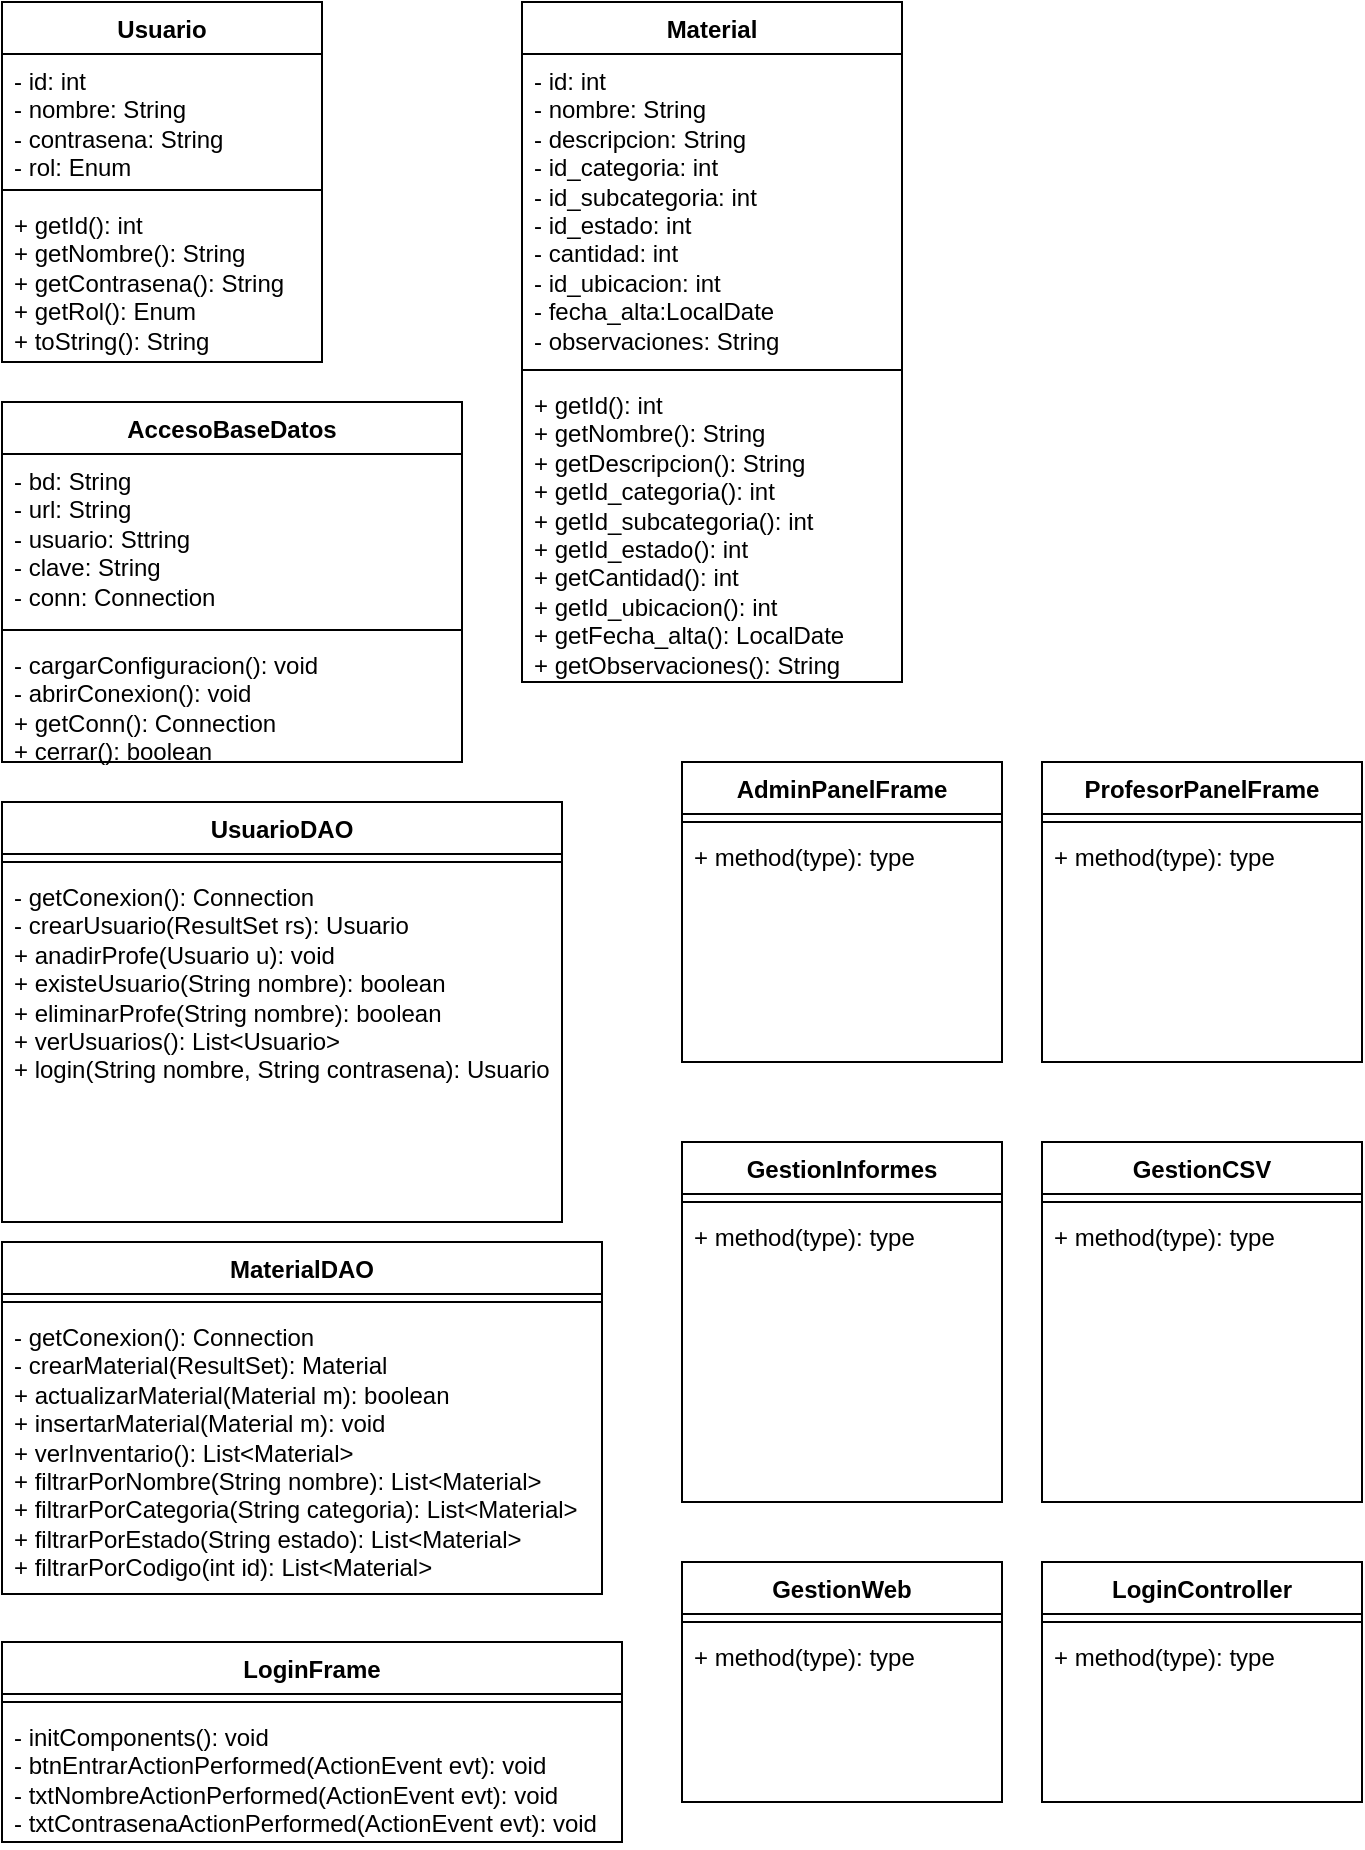
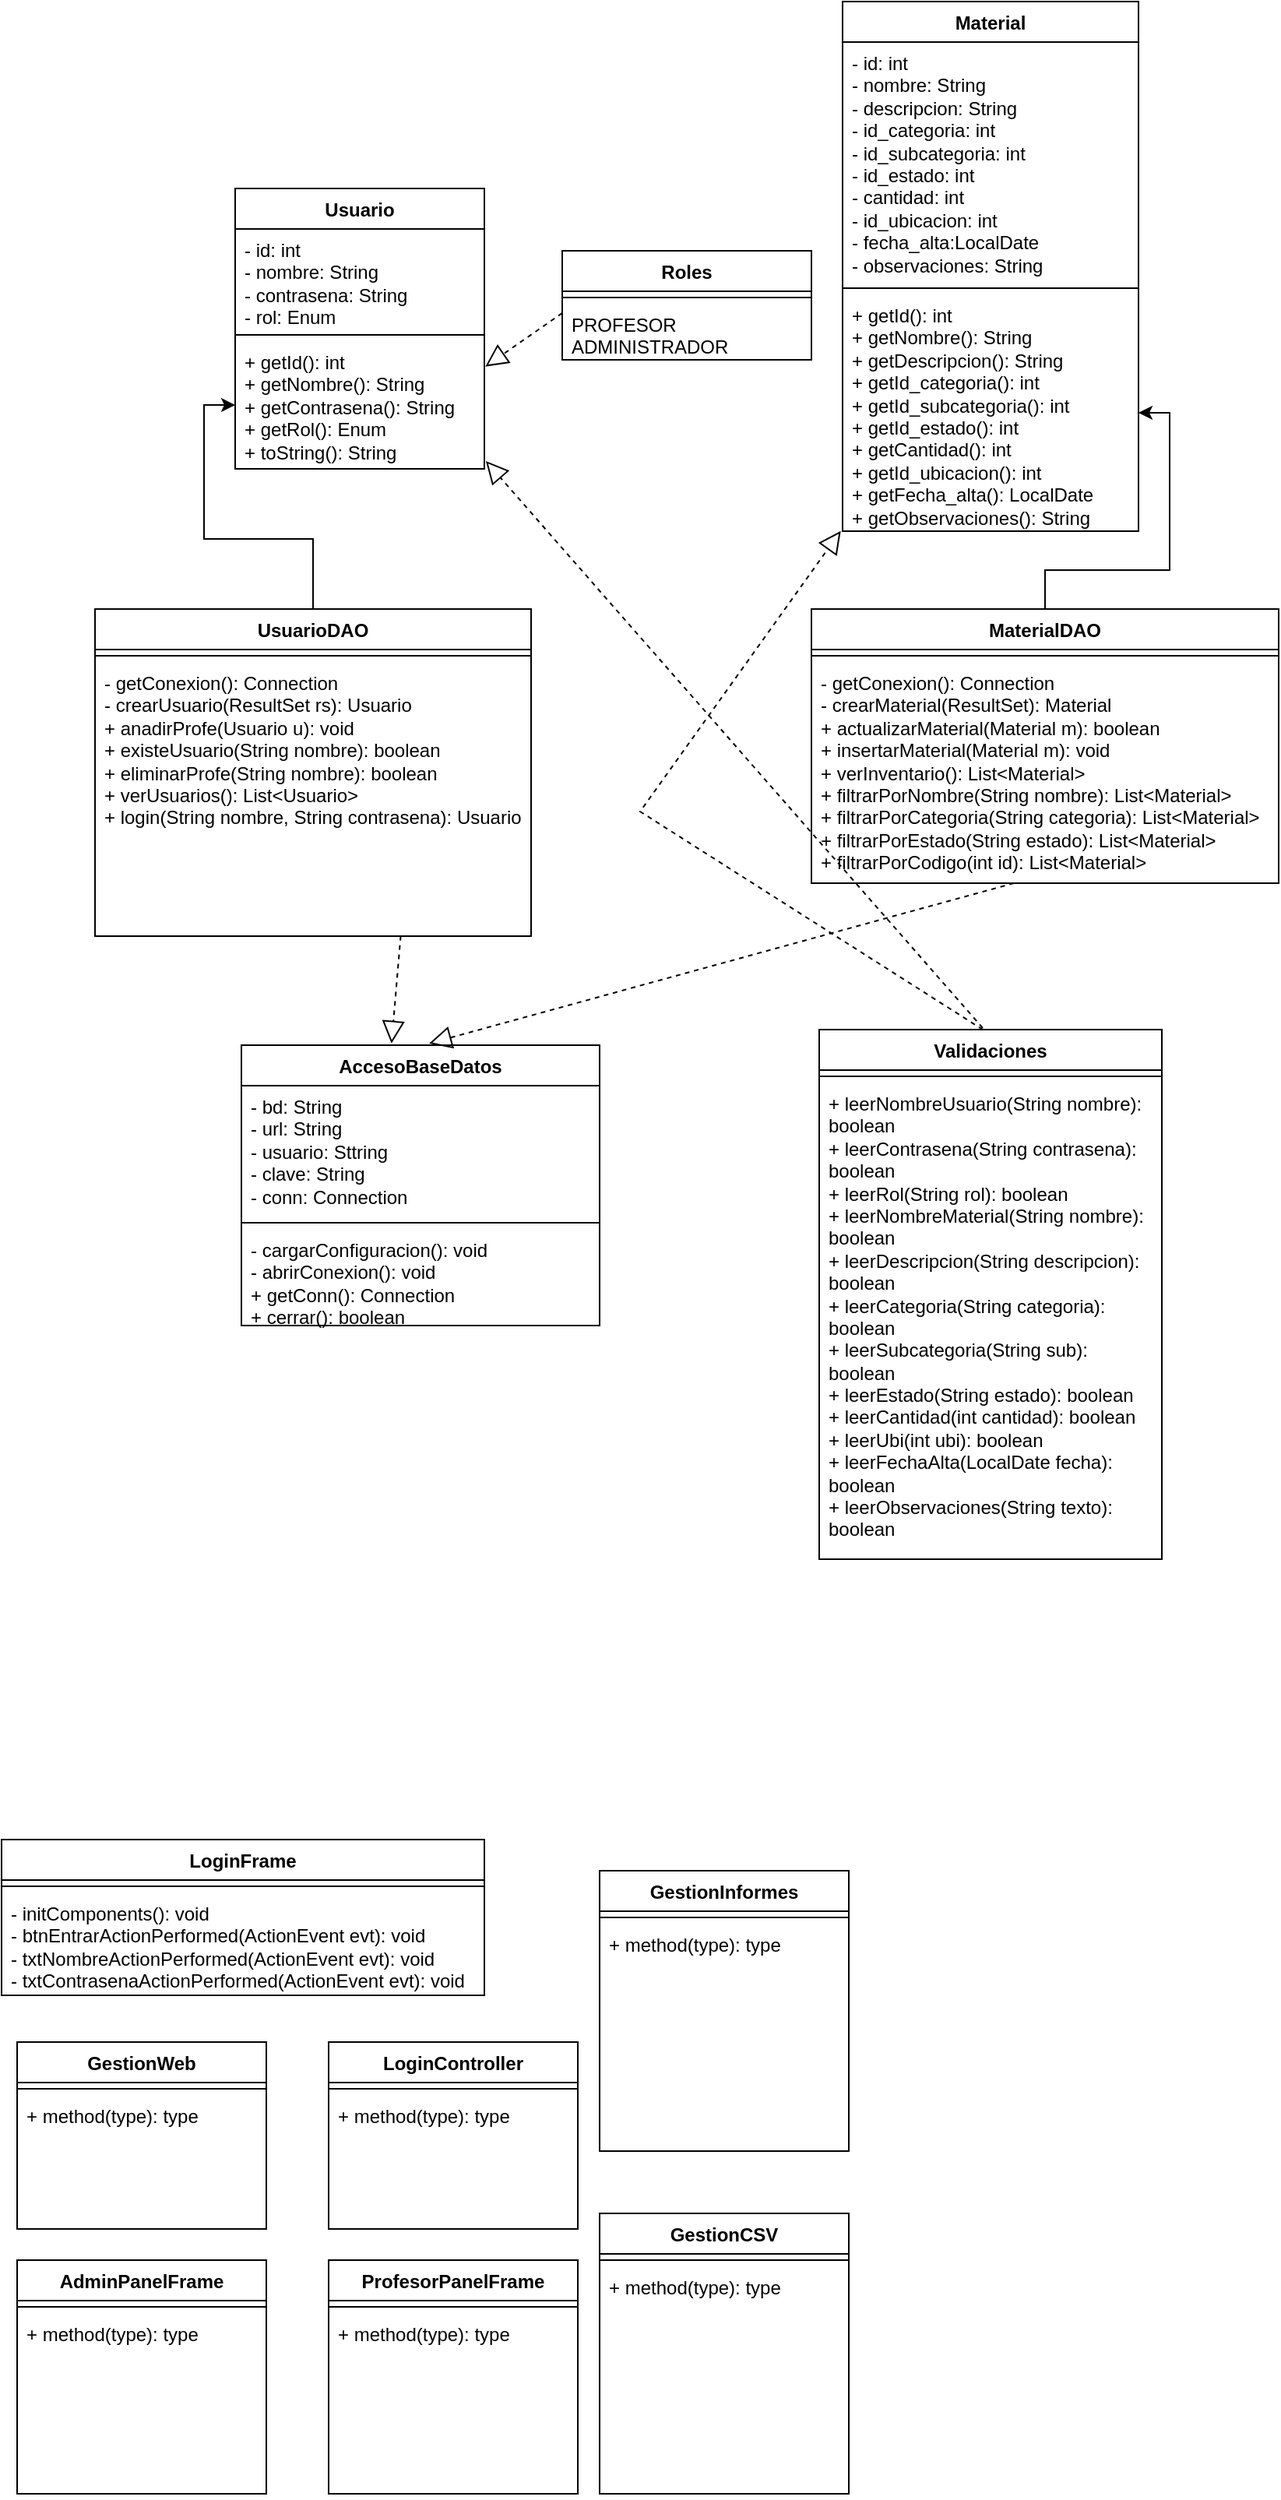
<mxfile host="Electron" agent="Mozilla/5.0 (Windows NT 10.0; Win64; x64) AppleWebKit/537.36 (KHTML, like Gecko) draw.io/27.0.9 Chrome/134.0.6998.205 Electron/35.4.0 Safari/537.36" version="27.0.9">
  <diagram name="Página-1" id="rAL4uyEMiUOU-pLg6cAL">
-     <mxGraphModel dx="1426" dy="841" grid="1" gridSize="10" guides="1" tooltips="1" connect="1" arrows="1" fold="1" page="1" pageScale="1" pageWidth="827" pageHeight="1169" math="0" shadow="0">
+     <mxGraphModel dx="2037" dy="1201" grid="1" gridSize="10" guides="1" tooltips="1" connect="1" arrows="1" fold="1" page="1" pageScale="1" pageWidth="827" pageHeight="1169" math="0" shadow="0">
      <root>
        <mxCell id="0" />
        <mxCell id="1" parent="0" />
-         <mxCell id="ytEIXC0MEugCA2_G49iE-1" value="Usuario" style="swimlane;fontStyle=1;align=center;verticalAlign=top;childLayout=stackLayout;horizontal=1;startSize=26;horizontalStack=0;resizeParent=1;resizeParentMax=0;resizeLast=0;collapsible=1;marginBottom=0;whiteSpace=wrap;html=1;" vertex="1" parent="1">
-           <mxGeometry x="50" y="10" width="160" height="180" as="geometry" />
+         <mxCell id="ytEIXC0MEugCA2_G49iE-1" value="Usuario" style="swimlane;fontStyle=1;align=center;verticalAlign=top;childLayout=stackLayout;horizontal=1;startSize=26;horizontalStack=0;resizeParent=1;resizeParentMax=0;resizeLast=0;collapsible=1;marginBottom=0;whiteSpace=wrap;html=1;" parent="1" vertex="1">
+           <mxGeometry x="180" y="150" width="160" height="180" as="geometry" />
        </mxCell>
-         <mxCell id="ytEIXC0MEugCA2_G49iE-2" value="- id: int&lt;div&gt;- nombre: String&lt;/div&gt;&lt;div&gt;- contrasena: String&lt;/div&gt;&lt;div&gt;- rol: Enum&amp;nbsp;&lt;/div&gt;&lt;div&gt;&lt;br&gt;&lt;/div&gt;" style="text;strokeColor=none;fillColor=none;align=left;verticalAlign=top;spacingLeft=4;spacingRight=4;overflow=hidden;rotatable=0;points=[[0,0.5],[1,0.5]];portConstraint=eastwest;whiteSpace=wrap;html=1;" vertex="1" parent="ytEIXC0MEugCA2_G49iE-1">
+         <mxCell id="ytEIXC0MEugCA2_G49iE-2" value="- id: int&lt;div&gt;- nombre: String&lt;/div&gt;&lt;div&gt;- contrasena: String&lt;/div&gt;&lt;div&gt;- rol: Enum&amp;nbsp;&lt;/div&gt;&lt;div&gt;&lt;br&gt;&lt;/div&gt;" style="text;strokeColor=none;fillColor=none;align=left;verticalAlign=top;spacingLeft=4;spacingRight=4;overflow=hidden;rotatable=0;points=[[0,0.5],[1,0.5]];portConstraint=eastwest;whiteSpace=wrap;html=1;" parent="ytEIXC0MEugCA2_G49iE-1" vertex="1">
          <mxGeometry y="26" width="160" height="64" as="geometry" />
        </mxCell>
-         <mxCell id="ytEIXC0MEugCA2_G49iE-3" value="" style="line;strokeWidth=1;fillColor=none;align=left;verticalAlign=middle;spacingTop=-1;spacingLeft=3;spacingRight=3;rotatable=0;labelPosition=right;points=[];portConstraint=eastwest;strokeColor=inherit;" vertex="1" parent="ytEIXC0MEugCA2_G49iE-1">
+         <mxCell id="ytEIXC0MEugCA2_G49iE-3" value="" style="line;strokeWidth=1;fillColor=none;align=left;verticalAlign=middle;spacingTop=-1;spacingLeft=3;spacingRight=3;rotatable=0;labelPosition=right;points=[];portConstraint=eastwest;strokeColor=inherit;" parent="ytEIXC0MEugCA2_G49iE-1" vertex="1">
          <mxGeometry y="90" width="160" height="8" as="geometry" />
        </mxCell>
-         <mxCell id="ytEIXC0MEugCA2_G49iE-4" value="+ getId(): int&lt;div&gt;+ getNombre(): String&lt;/div&gt;&lt;div&gt;+ getContrasena(): String&lt;/div&gt;&lt;div&gt;+ getRol(): Enum&lt;/div&gt;&lt;div&gt;+ toString(): String&lt;/div&gt;" style="text;strokeColor=none;fillColor=none;align=left;verticalAlign=top;spacingLeft=4;spacingRight=4;overflow=hidden;rotatable=0;points=[[0,0.5],[1,0.5]];portConstraint=eastwest;whiteSpace=wrap;html=1;" vertex="1" parent="ytEIXC0MEugCA2_G49iE-1">
+         <mxCell id="ytEIXC0MEugCA2_G49iE-4" value="+ getId(): int&lt;div&gt;+ getNombre(): String&lt;/div&gt;&lt;div&gt;+ getContrasena(): String&lt;/div&gt;&lt;div&gt;+ getRol(): Enum&lt;/div&gt;&lt;div&gt;+ toString(): String&lt;/div&gt;" style="text;strokeColor=none;fillColor=none;align=left;verticalAlign=top;spacingLeft=4;spacingRight=4;overflow=hidden;rotatable=0;points=[[0,0.5],[1,0.5]];portConstraint=eastwest;whiteSpace=wrap;html=1;" parent="ytEIXC0MEugCA2_G49iE-1" vertex="1">
          <mxGeometry y="98" width="160" height="82" as="geometry" />
        </mxCell>
-         <mxCell id="ytEIXC0MEugCA2_G49iE-9" value="Material" style="swimlane;fontStyle=1;align=center;verticalAlign=top;childLayout=stackLayout;horizontal=1;startSize=26;horizontalStack=0;resizeParent=1;resizeParentMax=0;resizeLast=0;collapsible=1;marginBottom=0;whiteSpace=wrap;html=1;" vertex="1" parent="1">
-           <mxGeometry x="310" y="10" width="190" height="340" as="geometry" />
+         <mxCell id="ytEIXC0MEugCA2_G49iE-9" value="Material" style="swimlane;fontStyle=1;align=center;verticalAlign=top;childLayout=stackLayout;horizontal=1;startSize=26;horizontalStack=0;resizeParent=1;resizeParentMax=0;resizeLast=0;collapsible=1;marginBottom=0;whiteSpace=wrap;html=1;" parent="1" vertex="1">
+           <mxGeometry x="570" y="30" width="190" height="340" as="geometry" />
        </mxCell>
-         <mxCell id="ytEIXC0MEugCA2_G49iE-10" value="- id: int&lt;div&gt;- nombre: String&lt;/div&gt;&lt;div&gt;- descripcion: String&lt;/div&gt;&lt;div&gt;- id_categoria: int&lt;/div&gt;&lt;div&gt;- id_subcategoria: int&lt;/div&gt;&lt;div&gt;- id_estado: int&lt;/div&gt;&lt;div&gt;- cantidad: int&lt;/div&gt;&lt;div&gt;- id_ubicacion: int&lt;/div&gt;&lt;div&gt;- fecha_alta:LocalDate&lt;/div&gt;&lt;div&gt;- observaciones: String&lt;/div&gt;" style="text;strokeColor=none;fillColor=none;align=left;verticalAlign=top;spacingLeft=4;spacingRight=4;overflow=hidden;rotatable=0;points=[[0,0.5],[1,0.5]];portConstraint=eastwest;whiteSpace=wrap;html=1;" vertex="1" parent="ytEIXC0MEugCA2_G49iE-9">
+         <mxCell id="ytEIXC0MEugCA2_G49iE-10" value="- id: int&lt;div&gt;- nombre: String&lt;/div&gt;&lt;div&gt;- descripcion: String&lt;/div&gt;&lt;div&gt;- id_categoria: int&lt;/div&gt;&lt;div&gt;- id_subcategoria: int&lt;/div&gt;&lt;div&gt;- id_estado: int&lt;/div&gt;&lt;div&gt;- cantidad: int&lt;/div&gt;&lt;div&gt;- id_ubicacion: int&lt;/div&gt;&lt;div&gt;- fecha_alta:LocalDate&lt;/div&gt;&lt;div&gt;- observaciones: String&lt;/div&gt;" style="text;strokeColor=none;fillColor=none;align=left;verticalAlign=top;spacingLeft=4;spacingRight=4;overflow=hidden;rotatable=0;points=[[0,0.5],[1,0.5]];portConstraint=eastwest;whiteSpace=wrap;html=1;" parent="ytEIXC0MEugCA2_G49iE-9" vertex="1">
          <mxGeometry y="26" width="190" height="154" as="geometry" />
        </mxCell>
-         <mxCell id="ytEIXC0MEugCA2_G49iE-11" value="" style="line;strokeWidth=1;fillColor=none;align=left;verticalAlign=middle;spacingTop=-1;spacingLeft=3;spacingRight=3;rotatable=0;labelPosition=right;points=[];portConstraint=eastwest;strokeColor=inherit;" vertex="1" parent="ytEIXC0MEugCA2_G49iE-9">
+         <mxCell id="ytEIXC0MEugCA2_G49iE-11" value="" style="line;strokeWidth=1;fillColor=none;align=left;verticalAlign=middle;spacingTop=-1;spacingLeft=3;spacingRight=3;rotatable=0;labelPosition=right;points=[];portConstraint=eastwest;strokeColor=inherit;" parent="ytEIXC0MEugCA2_G49iE-9" vertex="1">
          <mxGeometry y="180" width="190" height="8" as="geometry" />
        </mxCell>
-         <mxCell id="ytEIXC0MEugCA2_G49iE-12" value="+ getId(): int&lt;div&gt;+ getNombre(): String&lt;/div&gt;&lt;div&gt;+ getDescripcion(): String&lt;/div&gt;&lt;div&gt;+ getId_categoria(): int&lt;/div&gt;&lt;div&gt;+ getId_subcategoria(): int&lt;/div&gt;&lt;div&gt;+ getId_estado(): int&lt;/div&gt;&lt;div&gt;+ getCantidad(): int&lt;/div&gt;&lt;div&gt;+ getId_ubicacion(): int&lt;/div&gt;&lt;div&gt;+ getFecha_alta(): LocalDate&lt;/div&gt;&lt;div&gt;+ getObservaciones(): String&lt;/div&gt;" style="text;strokeColor=none;fillColor=none;align=left;verticalAlign=top;spacingLeft=4;spacingRight=4;overflow=hidden;rotatable=0;points=[[0,0.5],[1,0.5]];portConstraint=eastwest;whiteSpace=wrap;html=1;" vertex="1" parent="ytEIXC0MEugCA2_G49iE-9">
+         <mxCell id="ytEIXC0MEugCA2_G49iE-12" value="+ getId(): int&lt;div&gt;+ getNombre(): String&lt;/div&gt;&lt;div&gt;+ getDescripcion(): String&lt;/div&gt;&lt;div&gt;+ getId_categoria(): int&lt;/div&gt;&lt;div&gt;+ getId_subcategoria(): int&lt;/div&gt;&lt;div&gt;+ getId_estado(): int&lt;/div&gt;&lt;div&gt;+ getCantidad(): int&lt;/div&gt;&lt;div&gt;+ getId_ubicacion(): int&lt;/div&gt;&lt;div&gt;+ getFecha_alta(): LocalDate&lt;/div&gt;&lt;div&gt;+ getObservaciones(): String&lt;/div&gt;" style="text;strokeColor=none;fillColor=none;align=left;verticalAlign=top;spacingLeft=4;spacingRight=4;overflow=hidden;rotatable=0;points=[[0,0.5],[1,0.5]];portConstraint=eastwest;whiteSpace=wrap;html=1;" parent="ytEIXC0MEugCA2_G49iE-9" vertex="1">
          <mxGeometry y="188" width="190" height="152" as="geometry" />
        </mxCell>
-         <mxCell id="ytEIXC0MEugCA2_G49iE-13" value="AccesoBaseDatos" style="swimlane;fontStyle=1;align=center;verticalAlign=top;childLayout=stackLayout;horizontal=1;startSize=26;horizontalStack=0;resizeParent=1;resizeParentMax=0;resizeLast=0;collapsible=1;marginBottom=0;whiteSpace=wrap;html=1;" vertex="1" parent="1">
-           <mxGeometry x="50" y="210" width="230" height="180" as="geometry" />
+         <mxCell id="ytEIXC0MEugCA2_G49iE-13" value="AccesoBaseDatos" style="swimlane;fontStyle=1;align=center;verticalAlign=top;childLayout=stackLayout;horizontal=1;startSize=26;horizontalStack=0;resizeParent=1;resizeParentMax=0;resizeLast=0;collapsible=1;marginBottom=0;whiteSpace=wrap;html=1;" parent="1" vertex="1">
+           <mxGeometry x="184" y="700" width="230" height="180" as="geometry" />
        </mxCell>
-         <mxCell id="ytEIXC0MEugCA2_G49iE-14" value="- bd: String&lt;div&gt;- url: String&lt;/div&gt;&lt;div&gt;- usuario: Sttring&lt;/div&gt;&lt;div&gt;- clave: String&lt;/div&gt;&lt;div&gt;- conn: Connection&lt;/div&gt;&lt;div&gt;&lt;br&gt;&lt;/div&gt;" style="text;strokeColor=none;fillColor=none;align=left;verticalAlign=top;spacingLeft=4;spacingRight=4;overflow=hidden;rotatable=0;points=[[0,0.5],[1,0.5]];portConstraint=eastwest;whiteSpace=wrap;html=1;" vertex="1" parent="ytEIXC0MEugCA2_G49iE-13">
+         <mxCell id="ytEIXC0MEugCA2_G49iE-14" value="- bd: String&lt;div&gt;- url: String&lt;/div&gt;&lt;div&gt;- usuario: Sttring&lt;/div&gt;&lt;div&gt;- clave: String&lt;/div&gt;&lt;div&gt;- conn: Connection&lt;/div&gt;&lt;div&gt;&lt;br&gt;&lt;/div&gt;" style="text;strokeColor=none;fillColor=none;align=left;verticalAlign=top;spacingLeft=4;spacingRight=4;overflow=hidden;rotatable=0;points=[[0,0.5],[1,0.5]];portConstraint=eastwest;whiteSpace=wrap;html=1;" parent="ytEIXC0MEugCA2_G49iE-13" vertex="1">
          <mxGeometry y="26" width="230" height="84" as="geometry" />
        </mxCell>
-         <mxCell id="ytEIXC0MEugCA2_G49iE-15" value="" style="line;strokeWidth=1;fillColor=none;align=left;verticalAlign=middle;spacingTop=-1;spacingLeft=3;spacingRight=3;rotatable=0;labelPosition=right;points=[];portConstraint=eastwest;strokeColor=inherit;" vertex="1" parent="ytEIXC0MEugCA2_G49iE-13">
+         <mxCell id="ytEIXC0MEugCA2_G49iE-15" value="" style="line;strokeWidth=1;fillColor=none;align=left;verticalAlign=middle;spacingTop=-1;spacingLeft=3;spacingRight=3;rotatable=0;labelPosition=right;points=[];portConstraint=eastwest;strokeColor=inherit;" parent="ytEIXC0MEugCA2_G49iE-13" vertex="1">
          <mxGeometry y="110" width="230" height="8" as="geometry" />
        </mxCell>
-         <mxCell id="ytEIXC0MEugCA2_G49iE-16" value="- cargarConfiguracion(): void&lt;div&gt;- abrirConexion(): void&lt;/div&gt;&lt;div&gt;+ getConn(): Connection&lt;/div&gt;&lt;div&gt;+ cerrar(): boolean&lt;/div&gt;" style="text;strokeColor=none;fillColor=none;align=left;verticalAlign=top;spacingLeft=4;spacingRight=4;overflow=hidden;rotatable=0;points=[[0,0.5],[1,0.5]];portConstraint=eastwest;whiteSpace=wrap;html=1;" vertex="1" parent="ytEIXC0MEugCA2_G49iE-13">
+         <mxCell id="ytEIXC0MEugCA2_G49iE-16" value="- cargarConfiguracion(): void&lt;div&gt;- abrirConexion(): void&lt;/div&gt;&lt;div&gt;+ getConn(): Connection&lt;/div&gt;&lt;div&gt;+ cerrar(): boolean&lt;/div&gt;" style="text;strokeColor=none;fillColor=none;align=left;verticalAlign=top;spacingLeft=4;spacingRight=4;overflow=hidden;rotatable=0;points=[[0,0.5],[1,0.5]];portConstraint=eastwest;whiteSpace=wrap;html=1;" parent="ytEIXC0MEugCA2_G49iE-13" vertex="1">
          <mxGeometry y="118" width="230" height="62" as="geometry" />
        </mxCell>
-         <mxCell id="ytEIXC0MEugCA2_G49iE-17" value="UsuarioDAO" style="swimlane;fontStyle=1;align=center;verticalAlign=top;childLayout=stackLayout;horizontal=1;startSize=26;horizontalStack=0;resizeParent=1;resizeParentMax=0;resizeLast=0;collapsible=1;marginBottom=0;whiteSpace=wrap;html=1;" vertex="1" parent="1">
-           <mxGeometry x="50" y="410" width="280" height="210" as="geometry" />
+         <mxCell id="-wGDYKsxlIy3GDrnqNho-17" value="" style="edgeStyle=orthogonalEdgeStyle;rounded=0;orthogonalLoop=1;jettySize=auto;html=1;" edge="1" parent="1" source="ytEIXC0MEugCA2_G49iE-17" target="ytEIXC0MEugCA2_G49iE-4">
+           <mxGeometry relative="1" as="geometry" />
        </mxCell>
-         <mxCell id="ytEIXC0MEugCA2_G49iE-19" value="" style="line;strokeWidth=1;fillColor=none;align=left;verticalAlign=middle;spacingTop=-1;spacingLeft=3;spacingRight=3;rotatable=0;labelPosition=right;points=[];portConstraint=eastwest;strokeColor=inherit;" vertex="1" parent="ytEIXC0MEugCA2_G49iE-17">
+         <mxCell id="ytEIXC0MEugCA2_G49iE-17" value="UsuarioDAO" style="swimlane;fontStyle=1;align=center;verticalAlign=top;childLayout=stackLayout;horizontal=1;startSize=26;horizontalStack=0;resizeParent=1;resizeParentMax=0;resizeLast=0;collapsible=1;marginBottom=0;whiteSpace=wrap;html=1;" parent="1" vertex="1">
+           <mxGeometry x="90" y="420" width="280" height="210" as="geometry" />
+         </mxCell>
+         <mxCell id="ytEIXC0MEugCA2_G49iE-19" value="" style="line;strokeWidth=1;fillColor=none;align=left;verticalAlign=middle;spacingTop=-1;spacingLeft=3;spacingRight=3;rotatable=0;labelPosition=right;points=[];portConstraint=eastwest;strokeColor=inherit;" parent="ytEIXC0MEugCA2_G49iE-17" vertex="1">
          <mxGeometry y="26" width="280" height="8" as="geometry" />
        </mxCell>
-         <mxCell id="ytEIXC0MEugCA2_G49iE-20" value="&lt;div&gt;&lt;div&gt;- getConexion(): Connection&lt;/div&gt;&lt;/div&gt;- crearUsuario(ResultSet rs): Usuario&lt;div&gt;+ anadirProfe(Usuario u): void&lt;/div&gt;&lt;div&gt;+ existeUsuario(String nombre): boolean&lt;/div&gt;&lt;div&gt;+ eliminarProfe(String nombre): boolean&lt;/div&gt;&lt;div&gt;+ verUsuarios(): List&amp;lt;Usuario&amp;gt;&lt;br&gt;+ login(String nombre, String contrasena): Usuario&lt;/div&gt;" style="text;strokeColor=none;fillColor=none;align=left;verticalAlign=top;spacingLeft=4;spacingRight=4;overflow=hidden;rotatable=0;points=[[0,0.5],[1,0.5]];portConstraint=eastwest;whiteSpace=wrap;html=1;" vertex="1" parent="ytEIXC0MEugCA2_G49iE-17">
+         <mxCell id="ytEIXC0MEugCA2_G49iE-20" value="&lt;div&gt;&lt;div&gt;- getConexion(): Connection&lt;/div&gt;&lt;/div&gt;- crearUsuario(ResultSet rs): Usuario&lt;div&gt;+ anadirProfe(Usuario u): void&lt;/div&gt;&lt;div&gt;+ existeUsuario(String nombre): boolean&lt;/div&gt;&lt;div&gt;+ eliminarProfe(String nombre): boolean&lt;/div&gt;&lt;div&gt;+ verUsuarios(): List&amp;lt;Usuario&amp;gt;&lt;br&gt;+ login(String nombre, String contrasena): Usuario&lt;/div&gt;" style="text;strokeColor=none;fillColor=none;align=left;verticalAlign=top;spacingLeft=4;spacingRight=4;overflow=hidden;rotatable=0;points=[[0,0.5],[1,0.5]];portConstraint=eastwest;whiteSpace=wrap;html=1;" parent="ytEIXC0MEugCA2_G49iE-17" vertex="1">
          <mxGeometry y="34" width="280" height="176" as="geometry" />
        </mxCell>
-         <mxCell id="ytEIXC0MEugCA2_G49iE-21" value="MaterialDAO&lt;div&gt;&lt;br&gt;&lt;/div&gt;" style="swimlane;fontStyle=1;align=center;verticalAlign=top;childLayout=stackLayout;horizontal=1;startSize=26;horizontalStack=0;resizeParent=1;resizeParentMax=0;resizeLast=0;collapsible=1;marginBottom=0;whiteSpace=wrap;html=1;" vertex="1" parent="1">
-           <mxGeometry x="50" y="630" width="300" height="176" as="geometry" />
+         <mxCell id="-wGDYKsxlIy3GDrnqNho-18" value="" style="edgeStyle=orthogonalEdgeStyle;rounded=0;orthogonalLoop=1;jettySize=auto;html=1;" edge="1" parent="1" source="ytEIXC0MEugCA2_G49iE-21" target="ytEIXC0MEugCA2_G49iE-12">
+           <mxGeometry relative="1" as="geometry" />
        </mxCell>
-         <mxCell id="ytEIXC0MEugCA2_G49iE-23" value="" style="line;strokeWidth=1;fillColor=none;align=left;verticalAlign=middle;spacingTop=-1;spacingLeft=3;spacingRight=3;rotatable=0;labelPosition=right;points=[];portConstraint=eastwest;strokeColor=inherit;" vertex="1" parent="ytEIXC0MEugCA2_G49iE-21">
+         <mxCell id="ytEIXC0MEugCA2_G49iE-21" value="MaterialDAO&lt;div&gt;&lt;br&gt;&lt;/div&gt;" style="swimlane;fontStyle=1;align=center;verticalAlign=top;childLayout=stackLayout;horizontal=1;startSize=26;horizontalStack=0;resizeParent=1;resizeParentMax=0;resizeLast=0;collapsible=1;marginBottom=0;whiteSpace=wrap;html=1;" parent="1" vertex="1">
+           <mxGeometry x="550" y="420" width="300" height="176" as="geometry" />
+         </mxCell>
+         <mxCell id="ytEIXC0MEugCA2_G49iE-23" value="" style="line;strokeWidth=1;fillColor=none;align=left;verticalAlign=middle;spacingTop=-1;spacingLeft=3;spacingRight=3;rotatable=0;labelPosition=right;points=[];portConstraint=eastwest;strokeColor=inherit;" parent="ytEIXC0MEugCA2_G49iE-21" vertex="1">
          <mxGeometry y="26" width="300" height="8" as="geometry" />
        </mxCell>
-         <mxCell id="ytEIXC0MEugCA2_G49iE-24" value="&lt;div&gt;- getConexion(): Connection&lt;/div&gt;&lt;div&gt;- crearMaterial(ResultSet): Material&lt;/div&gt;&lt;div&gt;+ actualizarMaterial(Material m): boolean&lt;/div&gt;&lt;div&gt;+ insertarMaterial(Material m): void&lt;/div&gt;&lt;div&gt;+ verInventario(): List&amp;lt;Material&amp;gt;&lt;/div&gt;&lt;div&gt;+ filtrarPorNombre(String nombre): List&amp;lt;Material&amp;gt;&lt;/div&gt;&lt;div&gt;+ filtrarPorCategoria(String categoria): List&amp;lt;Material&amp;gt;&lt;/div&gt;&lt;div&gt;+ filtrarPorEstado(String estado): List&amp;lt;Material&amp;gt;&lt;/div&gt;&lt;div&gt;+ filtrarPorCodigo(int id): List&amp;lt;Material&amp;gt;&lt;/div&gt;" style="text;strokeColor=none;fillColor=none;align=left;verticalAlign=top;spacingLeft=4;spacingRight=4;overflow=hidden;rotatable=0;points=[[0,0.5],[1,0.5]];portConstraint=eastwest;whiteSpace=wrap;html=1;" vertex="1" parent="ytEIXC0MEugCA2_G49iE-21">
+         <mxCell id="ytEIXC0MEugCA2_G49iE-24" value="&lt;div&gt;- getConexion(): Connection&lt;/div&gt;&lt;div&gt;- crearMaterial(ResultSet): Material&lt;/div&gt;&lt;div&gt;+ actualizarMaterial(Material m): boolean&lt;/div&gt;&lt;div&gt;+ insertarMaterial(Material m): void&lt;/div&gt;&lt;div&gt;+ verInventario(): List&amp;lt;Material&amp;gt;&lt;/div&gt;&lt;div&gt;+ filtrarPorNombre(String nombre): List&amp;lt;Material&amp;gt;&lt;/div&gt;&lt;div&gt;+ filtrarPorCategoria(String categoria): List&amp;lt;Material&amp;gt;&lt;/div&gt;&lt;div&gt;+ filtrarPorEstado(String estado): List&amp;lt;Material&amp;gt;&lt;/div&gt;&lt;div&gt;+ filtrarPorCodigo(int id): List&amp;lt;Material&amp;gt;&lt;/div&gt;" style="text;strokeColor=none;fillColor=none;align=left;verticalAlign=top;spacingLeft=4;spacingRight=4;overflow=hidden;rotatable=0;points=[[0,0.5],[1,0.5]];portConstraint=eastwest;whiteSpace=wrap;html=1;" parent="ytEIXC0MEugCA2_G49iE-21" vertex="1">
          <mxGeometry y="34" width="300" height="142" as="geometry" />
        </mxCell>
-         <mxCell id="ytEIXC0MEugCA2_G49iE-25" value="LoginFrame" style="swimlane;fontStyle=1;align=center;verticalAlign=top;childLayout=stackLayout;horizontal=1;startSize=26;horizontalStack=0;resizeParent=1;resizeParentMax=0;resizeLast=0;collapsible=1;marginBottom=0;whiteSpace=wrap;html=1;" vertex="1" parent="1">
-           <mxGeometry x="50" y="830" width="310" height="100" as="geometry" />
+         <mxCell id="ytEIXC0MEugCA2_G49iE-25" value="LoginFrame" style="swimlane;fontStyle=1;align=center;verticalAlign=top;childLayout=stackLayout;horizontal=1;startSize=26;horizontalStack=0;resizeParent=1;resizeParentMax=0;resizeLast=0;collapsible=1;marginBottom=0;whiteSpace=wrap;html=1;" parent="1" vertex="1">
+           <mxGeometry x="30" y="1210" width="310" height="100" as="geometry" />
        </mxCell>
-         <mxCell id="ytEIXC0MEugCA2_G49iE-27" value="" style="line;strokeWidth=1;fillColor=none;align=left;verticalAlign=middle;spacingTop=-1;spacingLeft=3;spacingRight=3;rotatable=0;labelPosition=right;points=[];portConstraint=eastwest;strokeColor=inherit;" vertex="1" parent="ytEIXC0MEugCA2_G49iE-25">
+         <mxCell id="ytEIXC0MEugCA2_G49iE-27" value="" style="line;strokeWidth=1;fillColor=none;align=left;verticalAlign=middle;spacingTop=-1;spacingLeft=3;spacingRight=3;rotatable=0;labelPosition=right;points=[];portConstraint=eastwest;strokeColor=inherit;" parent="ytEIXC0MEugCA2_G49iE-25" vertex="1">
          <mxGeometry y="26" width="310" height="8" as="geometry" />
        </mxCell>
-         <mxCell id="ytEIXC0MEugCA2_G49iE-28" value="- initComponents(): void&lt;div&gt;-&amp;nbsp;btnEntrarActionPerformed(ActionEvent evt): void&lt;/div&gt;&lt;div&gt;-&amp;nbsp;txtNombreActionPerformed(ActionEvent evt): void&lt;/div&gt;&lt;div&gt;- txtContrasenaActionPerformed(ActionEvent evt): void&lt;/div&gt;" style="text;strokeColor=none;fillColor=none;align=left;verticalAlign=top;spacingLeft=4;spacingRight=4;overflow=hidden;rotatable=0;points=[[0,0.5],[1,0.5]];portConstraint=eastwest;whiteSpace=wrap;html=1;" vertex="1" parent="ytEIXC0MEugCA2_G49iE-25">
+         <mxCell id="ytEIXC0MEugCA2_G49iE-28" value="- initComponents(): void&lt;div&gt;-&amp;nbsp;btnEntrarActionPerformed(ActionEvent evt): void&lt;/div&gt;&lt;div&gt;-&amp;nbsp;txtNombreActionPerformed(ActionEvent evt): void&lt;/div&gt;&lt;div&gt;- txtContrasenaActionPerformed(ActionEvent evt): void&lt;/div&gt;" style="text;strokeColor=none;fillColor=none;align=left;verticalAlign=top;spacingLeft=4;spacingRight=4;overflow=hidden;rotatable=0;points=[[0,0.5],[1,0.5]];portConstraint=eastwest;whiteSpace=wrap;html=1;" parent="ytEIXC0MEugCA2_G49iE-25" vertex="1">
          <mxGeometry y="34" width="310" height="66" as="geometry" />
        </mxCell>
-         <mxCell id="ytEIXC0MEugCA2_G49iE-29" value="AdminPanelFrame" style="swimlane;fontStyle=1;align=center;verticalAlign=top;childLayout=stackLayout;horizontal=1;startSize=26;horizontalStack=0;resizeParent=1;resizeParentMax=0;resizeLast=0;collapsible=1;marginBottom=0;whiteSpace=wrap;html=1;" vertex="1" parent="1">
-           <mxGeometry x="390" y="390" width="160" height="150" as="geometry" />
+         <mxCell id="ytEIXC0MEugCA2_G49iE-29" value="AdminPanelFrame" style="swimlane;fontStyle=1;align=center;verticalAlign=top;childLayout=stackLayout;horizontal=1;startSize=26;horizontalStack=0;resizeParent=1;resizeParentMax=0;resizeLast=0;collapsible=1;marginBottom=0;whiteSpace=wrap;html=1;" parent="1" vertex="1">
+           <mxGeometry x="40" y="1480" width="160" height="150" as="geometry" />
        </mxCell>
-         <mxCell id="ytEIXC0MEugCA2_G49iE-31" value="" style="line;strokeWidth=1;fillColor=none;align=left;verticalAlign=middle;spacingTop=-1;spacingLeft=3;spacingRight=3;rotatable=0;labelPosition=right;points=[];portConstraint=eastwest;strokeColor=inherit;" vertex="1" parent="ytEIXC0MEugCA2_G49iE-29">
+         <mxCell id="ytEIXC0MEugCA2_G49iE-31" value="" style="line;strokeWidth=1;fillColor=none;align=left;verticalAlign=middle;spacingTop=-1;spacingLeft=3;spacingRight=3;rotatable=0;labelPosition=right;points=[];portConstraint=eastwest;strokeColor=inherit;" parent="ytEIXC0MEugCA2_G49iE-29" vertex="1">
          <mxGeometry y="26" width="160" height="8" as="geometry" />
        </mxCell>
-         <mxCell id="ytEIXC0MEugCA2_G49iE-32" value="+ method(type): type" style="text;strokeColor=none;fillColor=none;align=left;verticalAlign=top;spacingLeft=4;spacingRight=4;overflow=hidden;rotatable=0;points=[[0,0.5],[1,0.5]];portConstraint=eastwest;whiteSpace=wrap;html=1;" vertex="1" parent="ytEIXC0MEugCA2_G49iE-29">
+         <mxCell id="ytEIXC0MEugCA2_G49iE-32" value="+ method(type): type" style="text;strokeColor=none;fillColor=none;align=left;verticalAlign=top;spacingLeft=4;spacingRight=4;overflow=hidden;rotatable=0;points=[[0,0.5],[1,0.5]];portConstraint=eastwest;whiteSpace=wrap;html=1;" parent="ytEIXC0MEugCA2_G49iE-29" vertex="1">
          <mxGeometry y="34" width="160" height="116" as="geometry" />
        </mxCell>
-         <mxCell id="ytEIXC0MEugCA2_G49iE-33" value="ProfesorPanelFrame" style="swimlane;fontStyle=1;align=center;verticalAlign=top;childLayout=stackLayout;horizontal=1;startSize=26;horizontalStack=0;resizeParent=1;resizeParentMax=0;resizeLast=0;collapsible=1;marginBottom=0;whiteSpace=wrap;html=1;" vertex="1" parent="1">
-           <mxGeometry x="570" y="390" width="160" height="150" as="geometry" />
+         <mxCell id="ytEIXC0MEugCA2_G49iE-33" value="ProfesorPanelFrame" style="swimlane;fontStyle=1;align=center;verticalAlign=top;childLayout=stackLayout;horizontal=1;startSize=26;horizontalStack=0;resizeParent=1;resizeParentMax=0;resizeLast=0;collapsible=1;marginBottom=0;whiteSpace=wrap;html=1;" parent="1" vertex="1">
+           <mxGeometry x="240" y="1480" width="160" height="150" as="geometry" />
        </mxCell>
-         <mxCell id="ytEIXC0MEugCA2_G49iE-34" value="" style="line;strokeWidth=1;fillColor=none;align=left;verticalAlign=middle;spacingTop=-1;spacingLeft=3;spacingRight=3;rotatable=0;labelPosition=right;points=[];portConstraint=eastwest;strokeColor=inherit;" vertex="1" parent="ytEIXC0MEugCA2_G49iE-33">
+         <mxCell id="ytEIXC0MEugCA2_G49iE-34" value="" style="line;strokeWidth=1;fillColor=none;align=left;verticalAlign=middle;spacingTop=-1;spacingLeft=3;spacingRight=3;rotatable=0;labelPosition=right;points=[];portConstraint=eastwest;strokeColor=inherit;" parent="ytEIXC0MEugCA2_G49iE-33" vertex="1">
          <mxGeometry y="26" width="160" height="8" as="geometry" />
        </mxCell>
-         <mxCell id="ytEIXC0MEugCA2_G49iE-35" value="+ method(type): type" style="text;strokeColor=none;fillColor=none;align=left;verticalAlign=top;spacingLeft=4;spacingRight=4;overflow=hidden;rotatable=0;points=[[0,0.5],[1,0.5]];portConstraint=eastwest;whiteSpace=wrap;html=1;" vertex="1" parent="ytEIXC0MEugCA2_G49iE-33">
+         <mxCell id="ytEIXC0MEugCA2_G49iE-35" value="+ method(type): type" style="text;strokeColor=none;fillColor=none;align=left;verticalAlign=top;spacingLeft=4;spacingRight=4;overflow=hidden;rotatable=0;points=[[0,0.5],[1,0.5]];portConstraint=eastwest;whiteSpace=wrap;html=1;" parent="ytEIXC0MEugCA2_G49iE-33" vertex="1">
          <mxGeometry y="34" width="160" height="116" as="geometry" />
        </mxCell>
-         <mxCell id="ytEIXC0MEugCA2_G49iE-36" value="GestionInformes" style="swimlane;fontStyle=1;align=center;verticalAlign=top;childLayout=stackLayout;horizontal=1;startSize=26;horizontalStack=0;resizeParent=1;resizeParentMax=0;resizeLast=0;collapsible=1;marginBottom=0;whiteSpace=wrap;html=1;" vertex="1" parent="1">
-           <mxGeometry x="390" y="580" width="160" height="180" as="geometry" />
+         <mxCell id="ytEIXC0MEugCA2_G49iE-36" value="GestionInformes" style="swimlane;fontStyle=1;align=center;verticalAlign=top;childLayout=stackLayout;horizontal=1;startSize=26;horizontalStack=0;resizeParent=1;resizeParentMax=0;resizeLast=0;collapsible=1;marginBottom=0;whiteSpace=wrap;html=1;" parent="1" vertex="1">
+           <mxGeometry x="414" y="1230" width="160" height="180" as="geometry" />
        </mxCell>
-         <mxCell id="ytEIXC0MEugCA2_G49iE-38" value="" style="line;strokeWidth=1;fillColor=none;align=left;verticalAlign=middle;spacingTop=-1;spacingLeft=3;spacingRight=3;rotatable=0;labelPosition=right;points=[];portConstraint=eastwest;strokeColor=inherit;" vertex="1" parent="ytEIXC0MEugCA2_G49iE-36">
+         <mxCell id="ytEIXC0MEugCA2_G49iE-38" value="" style="line;strokeWidth=1;fillColor=none;align=left;verticalAlign=middle;spacingTop=-1;spacingLeft=3;spacingRight=3;rotatable=0;labelPosition=right;points=[];portConstraint=eastwest;strokeColor=inherit;" parent="ytEIXC0MEugCA2_G49iE-36" vertex="1">
          <mxGeometry y="26" width="160" height="8" as="geometry" />
        </mxCell>
-         <mxCell id="ytEIXC0MEugCA2_G49iE-39" value="+ method(type): type" style="text;strokeColor=none;fillColor=none;align=left;verticalAlign=top;spacingLeft=4;spacingRight=4;overflow=hidden;rotatable=0;points=[[0,0.5],[1,0.5]];portConstraint=eastwest;whiteSpace=wrap;html=1;" vertex="1" parent="ytEIXC0MEugCA2_G49iE-36">
+         <mxCell id="ytEIXC0MEugCA2_G49iE-39" value="+ method(type): type" style="text;strokeColor=none;fillColor=none;align=left;verticalAlign=top;spacingLeft=4;spacingRight=4;overflow=hidden;rotatable=0;points=[[0,0.5],[1,0.5]];portConstraint=eastwest;whiteSpace=wrap;html=1;" parent="ytEIXC0MEugCA2_G49iE-36" vertex="1">
          <mxGeometry y="34" width="160" height="146" as="geometry" />
        </mxCell>
-         <mxCell id="ytEIXC0MEugCA2_G49iE-40" value="GestionCSV&lt;div&gt;&lt;br&gt;&lt;/div&gt;" style="swimlane;fontStyle=1;align=center;verticalAlign=top;childLayout=stackLayout;horizontal=1;startSize=26;horizontalStack=0;resizeParent=1;resizeParentMax=0;resizeLast=0;collapsible=1;marginBottom=0;whiteSpace=wrap;html=1;" vertex="1" parent="1">
-           <mxGeometry x="570" y="580" width="160" height="180" as="geometry" />
+         <mxCell id="ytEIXC0MEugCA2_G49iE-40" value="GestionCSV&lt;div&gt;&lt;br&gt;&lt;/div&gt;" style="swimlane;fontStyle=1;align=center;verticalAlign=top;childLayout=stackLayout;horizontal=1;startSize=26;horizontalStack=0;resizeParent=1;resizeParentMax=0;resizeLast=0;collapsible=1;marginBottom=0;whiteSpace=wrap;html=1;" parent="1" vertex="1">
+           <mxGeometry x="414" y="1450" width="160" height="180" as="geometry" />
        </mxCell>
-         <mxCell id="ytEIXC0MEugCA2_G49iE-42" value="" style="line;strokeWidth=1;fillColor=none;align=left;verticalAlign=middle;spacingTop=-1;spacingLeft=3;spacingRight=3;rotatable=0;labelPosition=right;points=[];portConstraint=eastwest;strokeColor=inherit;" vertex="1" parent="ytEIXC0MEugCA2_G49iE-40">
+         <mxCell id="ytEIXC0MEugCA2_G49iE-42" value="" style="line;strokeWidth=1;fillColor=none;align=left;verticalAlign=middle;spacingTop=-1;spacingLeft=3;spacingRight=3;rotatable=0;labelPosition=right;points=[];portConstraint=eastwest;strokeColor=inherit;" parent="ytEIXC0MEugCA2_G49iE-40" vertex="1">
          <mxGeometry y="26" width="160" height="8" as="geometry" />
        </mxCell>
-         <mxCell id="ytEIXC0MEugCA2_G49iE-43" value="+ method(type): type" style="text;strokeColor=none;fillColor=none;align=left;verticalAlign=top;spacingLeft=4;spacingRight=4;overflow=hidden;rotatable=0;points=[[0,0.5],[1,0.5]];portConstraint=eastwest;whiteSpace=wrap;html=1;" vertex="1" parent="ytEIXC0MEugCA2_G49iE-40">
+         <mxCell id="ytEIXC0MEugCA2_G49iE-43" value="+ method(type): type" style="text;strokeColor=none;fillColor=none;align=left;verticalAlign=top;spacingLeft=4;spacingRight=4;overflow=hidden;rotatable=0;points=[[0,0.5],[1,0.5]];portConstraint=eastwest;whiteSpace=wrap;html=1;" parent="ytEIXC0MEugCA2_G49iE-40" vertex="1">
          <mxGeometry y="34" width="160" height="146" as="geometry" />
        </mxCell>
-         <mxCell id="ytEIXC0MEugCA2_G49iE-44" value="GestionWeb&lt;div&gt;&lt;br&gt;&lt;/div&gt;" style="swimlane;fontStyle=1;align=center;verticalAlign=top;childLayout=stackLayout;horizontal=1;startSize=26;horizontalStack=0;resizeParent=1;resizeParentMax=0;resizeLast=0;collapsible=1;marginBottom=0;whiteSpace=wrap;html=1;" vertex="1" parent="1">
-           <mxGeometry x="390" y="790" width="160" height="120" as="geometry" />
+         <mxCell id="ytEIXC0MEugCA2_G49iE-44" value="GestionWeb&lt;div&gt;&lt;br&gt;&lt;/div&gt;" style="swimlane;fontStyle=1;align=center;verticalAlign=top;childLayout=stackLayout;horizontal=1;startSize=26;horizontalStack=0;resizeParent=1;resizeParentMax=0;resizeLast=0;collapsible=1;marginBottom=0;whiteSpace=wrap;html=1;" parent="1" vertex="1">
+           <mxGeometry x="40" y="1340" width="160" height="120" as="geometry" />
        </mxCell>
-         <mxCell id="ytEIXC0MEugCA2_G49iE-46" value="" style="line;strokeWidth=1;fillColor=none;align=left;verticalAlign=middle;spacingTop=-1;spacingLeft=3;spacingRight=3;rotatable=0;labelPosition=right;points=[];portConstraint=eastwest;strokeColor=inherit;" vertex="1" parent="ytEIXC0MEugCA2_G49iE-44">
+         <mxCell id="ytEIXC0MEugCA2_G49iE-46" value="" style="line;strokeWidth=1;fillColor=none;align=left;verticalAlign=middle;spacingTop=-1;spacingLeft=3;spacingRight=3;rotatable=0;labelPosition=right;points=[];portConstraint=eastwest;strokeColor=inherit;" parent="ytEIXC0MEugCA2_G49iE-44" vertex="1">
          <mxGeometry y="26" width="160" height="8" as="geometry" />
        </mxCell>
-         <mxCell id="ytEIXC0MEugCA2_G49iE-47" value="+ method(type): type" style="text;strokeColor=none;fillColor=none;align=left;verticalAlign=top;spacingLeft=4;spacingRight=4;overflow=hidden;rotatable=0;points=[[0,0.5],[1,0.5]];portConstraint=eastwest;whiteSpace=wrap;html=1;" vertex="1" parent="ytEIXC0MEugCA2_G49iE-44">
+         <mxCell id="ytEIXC0MEugCA2_G49iE-47" value="+ method(type): type" style="text;strokeColor=none;fillColor=none;align=left;verticalAlign=top;spacingLeft=4;spacingRight=4;overflow=hidden;rotatable=0;points=[[0,0.5],[1,0.5]];portConstraint=eastwest;whiteSpace=wrap;html=1;" parent="ytEIXC0MEugCA2_G49iE-44" vertex="1">
          <mxGeometry y="34" width="160" height="86" as="geometry" />
        </mxCell>
-         <mxCell id="ytEIXC0MEugCA2_G49iE-48" value="LoginController&lt;div&gt;&lt;br&gt;&lt;/div&gt;" style="swimlane;fontStyle=1;align=center;verticalAlign=top;childLayout=stackLayout;horizontal=1;startSize=26;horizontalStack=0;resizeParent=1;resizeParentMax=0;resizeLast=0;collapsible=1;marginBottom=0;whiteSpace=wrap;html=1;" vertex="1" parent="1">
-           <mxGeometry x="570" y="790" width="160" height="120" as="geometry" />
+         <mxCell id="ytEIXC0MEugCA2_G49iE-48" value="LoginController&lt;div&gt;&lt;br&gt;&lt;/div&gt;" style="swimlane;fontStyle=1;align=center;verticalAlign=top;childLayout=stackLayout;horizontal=1;startSize=26;horizontalStack=0;resizeParent=1;resizeParentMax=0;resizeLast=0;collapsible=1;marginBottom=0;whiteSpace=wrap;html=1;" parent="1" vertex="1">
+           <mxGeometry x="240" y="1340" width="160" height="120" as="geometry" />
        </mxCell>
-         <mxCell id="ytEIXC0MEugCA2_G49iE-50" value="" style="line;strokeWidth=1;fillColor=none;align=left;verticalAlign=middle;spacingTop=-1;spacingLeft=3;spacingRight=3;rotatable=0;labelPosition=right;points=[];portConstraint=eastwest;strokeColor=inherit;" vertex="1" parent="ytEIXC0MEugCA2_G49iE-48">
+         <mxCell id="ytEIXC0MEugCA2_G49iE-50" value="" style="line;strokeWidth=1;fillColor=none;align=left;verticalAlign=middle;spacingTop=-1;spacingLeft=3;spacingRight=3;rotatable=0;labelPosition=right;points=[];portConstraint=eastwest;strokeColor=inherit;" parent="ytEIXC0MEugCA2_G49iE-48" vertex="1">
          <mxGeometry y="26" width="160" height="8" as="geometry" />
        </mxCell>
-         <mxCell id="ytEIXC0MEugCA2_G49iE-51" value="+ method(type): type" style="text;strokeColor=none;fillColor=none;align=left;verticalAlign=top;spacingLeft=4;spacingRight=4;overflow=hidden;rotatable=0;points=[[0,0.5],[1,0.5]];portConstraint=eastwest;whiteSpace=wrap;html=1;" vertex="1" parent="ytEIXC0MEugCA2_G49iE-48">
+         <mxCell id="ytEIXC0MEugCA2_G49iE-51" value="+ method(type): type" style="text;strokeColor=none;fillColor=none;align=left;verticalAlign=top;spacingLeft=4;spacingRight=4;overflow=hidden;rotatable=0;points=[[0,0.5],[1,0.5]];portConstraint=eastwest;whiteSpace=wrap;html=1;" parent="ytEIXC0MEugCA2_G49iE-48" vertex="1">
          <mxGeometry y="34" width="160" height="86" as="geometry" />
+         </mxCell>
+         <mxCell id="-wGDYKsxlIy3GDrnqNho-1" value="Validaciones&lt;div&gt;&lt;br&gt;&lt;/div&gt;" style="swimlane;fontStyle=1;align=center;verticalAlign=top;childLayout=stackLayout;horizontal=1;startSize=26;horizontalStack=0;resizeParent=1;resizeParentMax=0;resizeLast=0;collapsible=1;marginBottom=0;whiteSpace=wrap;html=1;" vertex="1" parent="1">
+           <mxGeometry x="555" y="690" width="220" height="340" as="geometry" />
+         </mxCell>
+         <mxCell id="-wGDYKsxlIy3GDrnqNho-3" value="" style="line;strokeWidth=1;fillColor=none;align=left;verticalAlign=middle;spacingTop=-1;spacingLeft=3;spacingRight=3;rotatable=0;labelPosition=right;points=[];portConstraint=eastwest;strokeColor=inherit;" vertex="1" parent="-wGDYKsxlIy3GDrnqNho-1">
+           <mxGeometry y="26" width="220" height="8" as="geometry" />
+         </mxCell>
+         <mxCell id="-wGDYKsxlIy3GDrnqNho-4" value="+ leerNombreUsuario(String nombre): boolean&lt;div&gt;+ leerContrasena(String contrasena): boolean&lt;/div&gt;&lt;div&gt;+ leerRol(String rol): boolean&lt;/div&gt;&lt;div&gt;+ leerNombreMaterial(String nombre): boolean&lt;/div&gt;&lt;div&gt;+ leerDescripcion(String descripcion): boolean&lt;/div&gt;&lt;div&gt;+ leerCategoria(String categoria): boolean&lt;/div&gt;&lt;div&gt;+ leerSubcategoria(String sub): boolean&lt;/div&gt;&lt;div&gt;+ leerEstado(String estado): boolean&lt;/div&gt;&lt;div&gt;+ leerCantidad(int cantidad): boolean&lt;/div&gt;&lt;div&gt;+ leerUbi(int ubi): boolean&lt;/div&gt;&lt;div&gt;+ leerFechaAlta(LocalDate fecha): boolean&lt;/div&gt;&lt;div&gt;+ leerObservaciones(String texto): boolean&lt;/div&gt;&lt;div&gt;&lt;br&gt;&lt;/div&gt;&lt;div&gt;&lt;br&gt;&lt;/div&gt;" style="text;strokeColor=none;fillColor=none;align=left;verticalAlign=top;spacingLeft=4;spacingRight=4;overflow=hidden;rotatable=0;points=[[0,0.5],[1,0.5]];portConstraint=eastwest;whiteSpace=wrap;html=1;" vertex="1" parent="-wGDYKsxlIy3GDrnqNho-1">
+           <mxGeometry y="34" width="220" height="306" as="geometry" />
+         </mxCell>
+         <mxCell id="-wGDYKsxlIy3GDrnqNho-10" value="Roles" style="swimlane;fontStyle=1;align=center;verticalAlign=top;childLayout=stackLayout;horizontal=1;startSize=26;horizontalStack=0;resizeParent=1;resizeParentMax=0;resizeLast=0;collapsible=1;marginBottom=0;whiteSpace=wrap;html=1;" vertex="1" parent="1">
+           <mxGeometry x="390" y="190" width="160" height="70" as="geometry" />
+         </mxCell>
+         <mxCell id="-wGDYKsxlIy3GDrnqNho-12" value="" style="line;strokeWidth=1;fillColor=none;align=left;verticalAlign=middle;spacingTop=-1;spacingLeft=3;spacingRight=3;rotatable=0;labelPosition=right;points=[];portConstraint=eastwest;strokeColor=inherit;" vertex="1" parent="-wGDYKsxlIy3GDrnqNho-10">
+           <mxGeometry y="26" width="160" height="8" as="geometry" />
+         </mxCell>
+         <mxCell id="-wGDYKsxlIy3GDrnqNho-24" value="" style="endArrow=block;dashed=1;endFill=0;endSize=12;html=1;rounded=0;entryX=1.004;entryY=0.199;entryDx=0;entryDy=0;entryPerimeter=0;" edge="1" parent="-wGDYKsxlIy3GDrnqNho-10" target="ytEIXC0MEugCA2_G49iE-4">
+           <mxGeometry width="160" relative="1" as="geometry">
+             <mxPoint y="40" as="sourcePoint" />
+             <mxPoint x="-60" y="80" as="targetPoint" />
+           </mxGeometry>
+         </mxCell>
+         <mxCell id="-wGDYKsxlIy3GDrnqNho-13" value="PROFESOR&lt;div&gt;ADMINISTRADOR&lt;/div&gt;" style="text;strokeColor=none;fillColor=none;align=left;verticalAlign=top;spacingLeft=4;spacingRight=4;overflow=hidden;rotatable=0;points=[[0,0.5],[1,0.5]];portConstraint=eastwest;whiteSpace=wrap;html=1;" vertex="1" parent="-wGDYKsxlIy3GDrnqNho-10">
+           <mxGeometry y="34" width="160" height="36" as="geometry" />
+         </mxCell>
+         <mxCell id="-wGDYKsxlIy3GDrnqNho-19" value="" style="endArrow=block;dashed=1;endFill=0;endSize=12;html=1;rounded=0;entryX=1.006;entryY=0.939;entryDx=0;entryDy=0;entryPerimeter=0;" edge="1" parent="1" target="ytEIXC0MEugCA2_G49iE-4">
+           <mxGeometry width="160" relative="1" as="geometry">
+             <mxPoint x="660" y="689" as="sourcePoint" />
+             <mxPoint x="1070" y="585" as="targetPoint" />
+           </mxGeometry>
+         </mxCell>
+         <mxCell id="-wGDYKsxlIy3GDrnqNho-20" value="" style="endArrow=block;dashed=1;endFill=0;endSize=12;html=1;rounded=0;entryX=-0.006;entryY=0.999;entryDx=0;entryDy=0;entryPerimeter=0;" edge="1" parent="1" target="ytEIXC0MEugCA2_G49iE-12">
+           <mxGeometry width="160" relative="1" as="geometry">
+             <mxPoint x="660" y="690" as="sourcePoint" />
+             <mxPoint x="320" y="330" as="targetPoint" />
+             <Array as="points">
+               <mxPoint x="440" y="550" />
+             </Array>
+           </mxGeometry>
+         </mxCell>
+         <mxCell id="-wGDYKsxlIy3GDrnqNho-15" value="" style="endArrow=block;dashed=1;endFill=0;endSize=12;html=1;rounded=0;entryX=0.419;entryY=-0.006;entryDx=0;entryDy=0;entryPerimeter=0;exitX=0.701;exitY=0.999;exitDx=0;exitDy=0;exitPerimeter=0;" edge="1" parent="1" source="ytEIXC0MEugCA2_G49iE-20" target="ytEIXC0MEugCA2_G49iE-13">
+           <mxGeometry width="160" relative="1" as="geometry">
+             <mxPoint x="289" y="700" as="sourcePoint" />
+             <mxPoint x="699" y="596" as="targetPoint" />
+           </mxGeometry>
+         </mxCell>
+         <mxCell id="-wGDYKsxlIy3GDrnqNho-23" value="" style="endArrow=block;dashed=1;endFill=0;endSize=12;html=1;rounded=0;entryX=0.524;entryY=-0.006;entryDx=0;entryDy=0;entryPerimeter=0;" edge="1" parent="1" target="ytEIXC0MEugCA2_G49iE-13">
+           <mxGeometry width="160" relative="1" as="geometry">
+             <mxPoint x="680" y="596" as="sourcePoint" />
+             <mxPoint x="1090" y="492" as="targetPoint" />
+           </mxGeometry>
        </mxCell>
      </root>
    </mxGraphModel>
  </diagram>
</mxfile>
